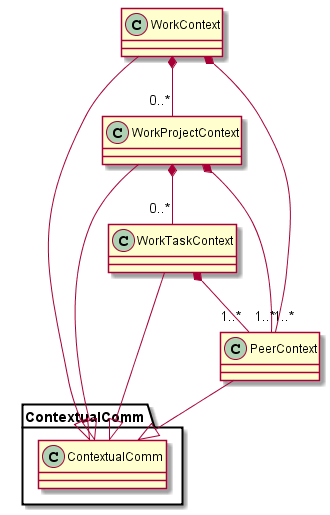
Earlier version of the PlantUML export docs/Deliverable_52/applications_doc/smart-contextual-assistance/work-context-design.png (reTHINK-project/scenario-service-implementation).
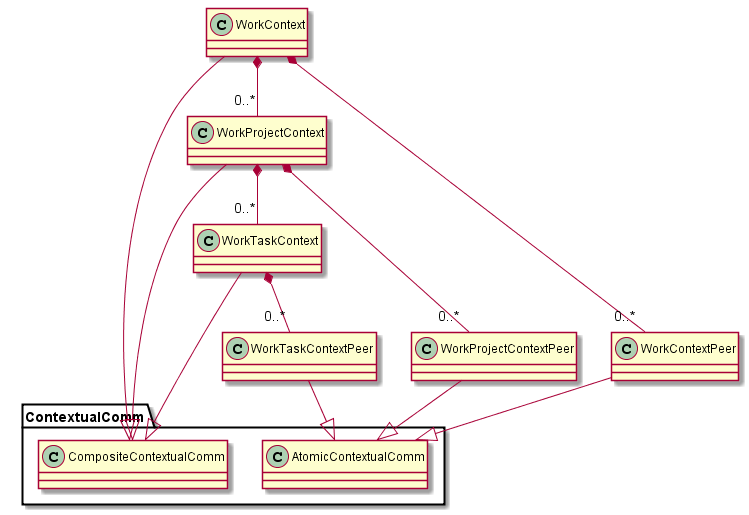
After the commit.

Commit message:
contextual comm model updated

Diff of the diagram source:
```diff
@@ -9,22 +9,21 @@
   class WorkTaskContext {
   }
 
-  class PeerContext {
-  }
-
-  WorkContext -|> ContextualComm.ContextualComm
+  WorkContext -|> ContextualComm.CompositeContextualComm
 
 	WorkContext *-down- "0..*" WorkProjectContext
 	WorkProjectContext *-down- "0..*" WorkTaskContext
 
 
-  WorkProjectContext -|> ContextualComm.ContextualComm
-  WorkTaskContext -|> ContextualComm.ContextualComm
+  WorkProjectContext -|> ContextualComm.CompositeContextualComm
+  WorkTaskContext -|> ContextualComm.CompositeContextualComm
 
-	WorkTaskContext *-- "1..*" PeerContext
-	WorkProjectContext *-- "1..*" PeerContext
-	WorkContext *-- "1..*" PeerContext
+	WorkTaskContext *-- "0..*" WorkTaskContextPeer
+	WorkProjectContext *-- "0..*" WorkProjectContextPeer
+	WorkContext *-- "0..*" WorkContextPeer
 
-	PeerContext -|> ContextualComm.ContextualComm
+	WorkTaskContextPeer -|> ContextualComm.AtomicContextualComm
+  WorkProjectContextPeer -|> ContextualComm.AtomicContextualComm
+  WorkContextPeer -|> ContextualComm.AtomicContextualComm
 
 @enduml
```
